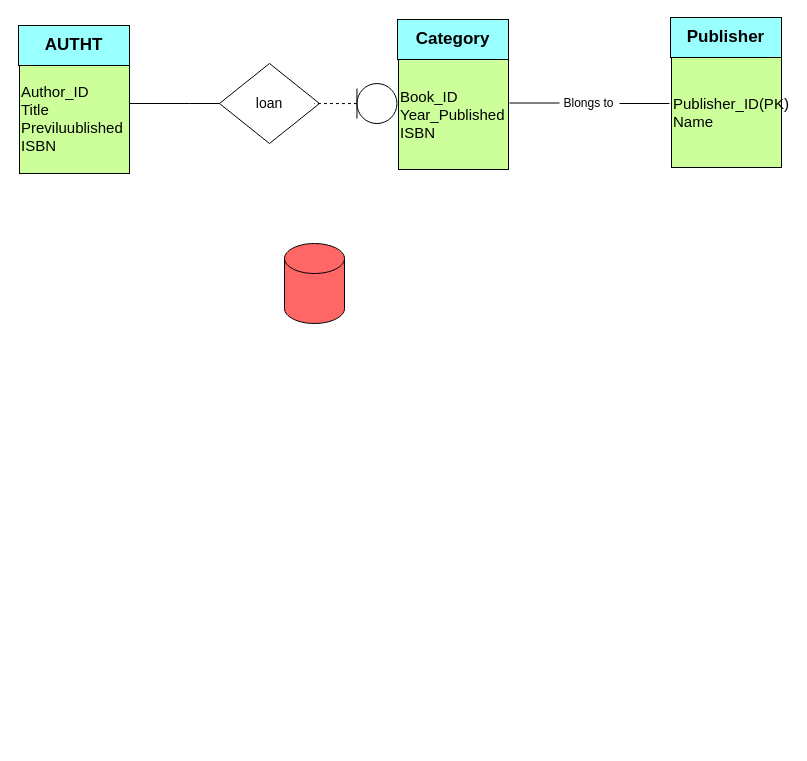
Earlier version of the draw.io diagram ER_Diagram-for-libarary-management-System.drawio (hussaini021/Library_management). Source tidied: cells renumbered, new cells numbered last; positions are measured from the earlier drawing's top-left corner, leaving out a move shared by most shapes. Both pictures are drawn from the tidied source at 100%, with x=0, y=0 at pixel (18, 17).
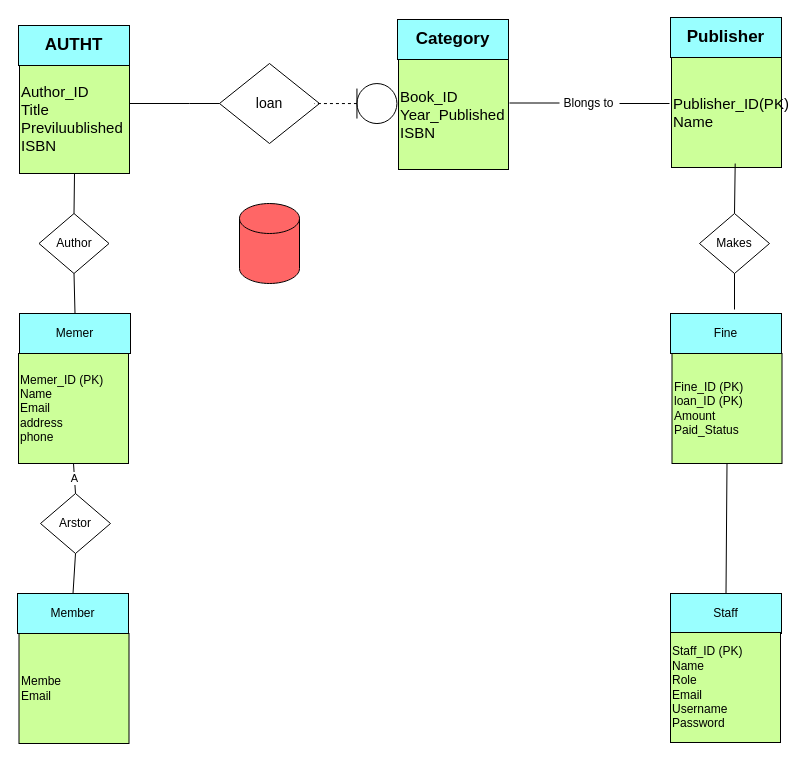
Above is the later version.

The change refers to these unchanged cells:
```xml
<mxCell id="3" value="&lt;font style=&quot;font-size: 15px;&quot;&gt;Author_ID&lt;/font&gt;&lt;div&gt;&lt;font style=&quot;font-size: 15px;&quot;&gt;Title&lt;/font&gt;&lt;/div&gt;&lt;div&gt;&lt;font style=&quot;font-size: 15px;&quot;&gt;Previluublished&lt;/font&gt;&lt;/div&gt;&lt;div&gt;&lt;font style=&quot;font-size: 15px;&quot;&gt;ISBN&lt;/font&gt;&lt;/div&gt;" style="whiteSpace=wrap;html=1;align=left;fillColor=#CCFF99;" parent="1" vertex="1">
  <mxGeometry x="1" y="46" width="110" height="110" as="geometry" />
</mxCell>
<mxCell id="13" value="&lt;span style=&quot;font-size: 15px;&quot;&gt;Publisher_ID(PK)&lt;/span&gt;&lt;div&gt;&lt;span style=&quot;font-size: 15px;&quot;&gt;Name&lt;/span&gt;&lt;/div&gt;" style="whiteSpace=wrap;html=1;align=left;fillColor=#CCFF99;" parent="1" vertex="1">
  <mxGeometry x="653" y="40" width="110" height="110" as="geometry" />
</mxCell>
```

Change to the diagram source:
```diff
@@
     <mxCell id="9" style="shape=cylinder3;whiteSpace=wrap;html=1;boundedLbl=1;backgroundOutline=1;size=15;fillColor=#FF6666;" parent="1" vertex="1">
-      <mxGeometry x="266" y="226" width="60" height="80" as="geometry" />
+      <mxGeometry x="221" y="186" width="60" height="80" as="geometry" />
     </mxCell>
@@
+    <mxCell id="15" value="Memer" style="rounded=0;whiteSpace=wrap;html=1;fillColor=#99FFFF;" parent="1" vertex="1">
+      <mxGeometry x="1" y="296" width="111" height="40" as="geometry" />
+    </mxCell>
+    <mxCell id="16" value="Author" style="rhombus;whiteSpace=wrap;html=1;" parent="1" vertex="1">
+      <mxGeometry x="20.5" y="196" width="70" height="60" as="geometry" />
+    </mxCell>
+    <mxCell id="17" value="Memer_ID (PK)&lt;div&gt;Name&lt;/div&gt;&lt;div&gt;Email&lt;/div&gt;&lt;div&gt;address&lt;/div&gt;&lt;div&gt;phone&lt;/div&gt;" style="whiteSpace=wrap;html=1;align=left;fillColor=#CCFF99;" parent="1" vertex="1">
+      <mxGeometry y="336" width="110" height="110" as="geometry" />
+    </mxCell>
+    <mxCell id="18" value="Member" style="rounded=0;whiteSpace=wrap;html=1;fillColor=#99FFFF;" parent="1" vertex="1">
+      <mxGeometry x="-1" y="576" width="111" height="40" as="geometry" />
+    </mxCell>
+    <mxCell id="19" value="Membe&lt;div&gt;Email&lt;/div&gt;" style="whiteSpace=wrap;html=1;align=left;fillColor=#CCFF99;" parent="1" vertex="1">
+      <mxGeometry x="0.5" y="616" width="110" height="110" as="geometry" />
+    </mxCell>
+    <mxCell id="20" value="Arstor" style="rhombus;whiteSpace=wrap;html=1;" parent="1" vertex="1">
+      <mxGeometry x="22" y="476" width="70" height="60" as="geometry" />
+    </mxCell>
+    <mxCell id="21" style="endArrow=none;html=1;rounded=0;exitX=0.5;exitY=1;exitDx=0;exitDy=0;entryX=0.5;entryY=0;entryDx=0;entryDy=0;" parent="1" edge="1" source="3" target="16">
+      <mxGeometry relative="1" as="geometry" />
+    </mxCell>
+    <mxCell id="22" style="endArrow=none;html=1;rounded=0;entryX=0.579;entryY=0.964;entryDx=0;entryDy=0;exitX=0.5;exitY=0;exitDx=0;exitDy=0;entryPerimeter=0;" parent="1" edge="1" source="28" target="13">
+      <mxGeometry relative="1" as="geometry" />
+    </mxCell>
+    <mxCell id="23" style="endArrow=none;html=1;rounded=0;exitX=0.5;exitY=1;exitDx=0;exitDy=0;entryX=0.5;entryY=0;entryDx=0;entryDy=0;" parent="1" edge="1" source="16" target="15">
+      <mxGeometry relative="1" as="geometry" />
+    </mxCell>
+    <mxCell id="24" value="A" style="endArrow=none;html=1;rounded=0;exitX=0.5;exitY=1;exitDx=0;exitDy=0;entryX=0.5;entryY=0;entryDx=0;entryDy=0;" parent="1" edge="1" source="17" target="20">
+      <mxGeometry relative="1" as="geometry" />
+    </mxCell>
+    <mxCell id="25" style="endArrow=none;html=1;rounded=0;exitX=0.5;exitY=1;exitDx=0;exitDy=0;entryX=0.5;entryY=0;entryDx=0;entryDy=0;" parent="1" edge="1" source="20" target="18">
+      <mxGeometry relative="1" as="geometry" />
+    </mxCell>
+    <mxCell id="26" value="Fine" style="rounded=0;whiteSpace=wrap;html=1;fillColor=#99FFFF;" parent="1" vertex="1">
+      <mxGeometry x="652" y="296" width="111" height="40" as="geometry" />
+    </mxCell>
+    <mxCell id="27" value="Fine_ID (PK)&lt;div&gt;loan_ID (PK)&lt;/div&gt;&lt;div&gt;Amount&lt;/div&gt;&lt;div&gt;Paid_Status&lt;/div&gt;" style="whiteSpace=wrap;html=1;align=left;fillColor=#CCFF99;" parent="1" vertex="1">
+      <mxGeometry x="653.5" y="336" width="110" height="110" as="geometry" />
+    </mxCell>
+    <mxCell id="28" value="Makes" style="rhombus;whiteSpace=wrap;html=1;" parent="1" vertex="1">
+      <mxGeometry x="681" y="196" width="70" height="60" as="geometry" />
+    </mxCell>
+    <mxCell id="29" style="endArrow=none;html=1;rounded=0;entryX=0.5;entryY=1;entryDx=0;entryDy=0;" parent="1" edge="1" target="28">
+      <mxGeometry relative="1" as="geometry">
+        <mxPoint x="716" y="292" as="sourcePoint" />
+      </mxGeometry>
+    </mxCell>
+    <mxCell id="30" value="Staff" style="rounded=0;whiteSpace=wrap;html=1;fillColor=#99FFFF;" parent="1" vertex="1">
+      <mxGeometry x="652" y="576" width="111" height="40" as="geometry" />
+    </mxCell>
+    <mxCell id="31" value="Staff_ID (PK)&lt;div&gt;Name&lt;/div&gt;&lt;div&gt;Role&lt;/div&gt;&lt;div&gt;Email&lt;/div&gt;&lt;div&gt;Username&lt;/div&gt;&lt;div&gt;Password&lt;/div&gt;" style="whiteSpace=wrap;html=1;align=left;fillColor=#CCFF99;" parent="1" vertex="1">
+      <mxGeometry x="652" y="615" width="110" height="110" as="geometry" />
+    </mxCell>
+    <mxCell id="32" style="endArrow=none;html=1;rounded=0;exitX=0.5;exitY=1;exitDx=0;exitDy=0;entryX=0.5;entryY=0;entryDx=0;entryDy=0;" parent="1" edge="1" source="27" target="30">
+      <mxGeometry relative="1" as="geometry" />
+    </mxCell>
```
